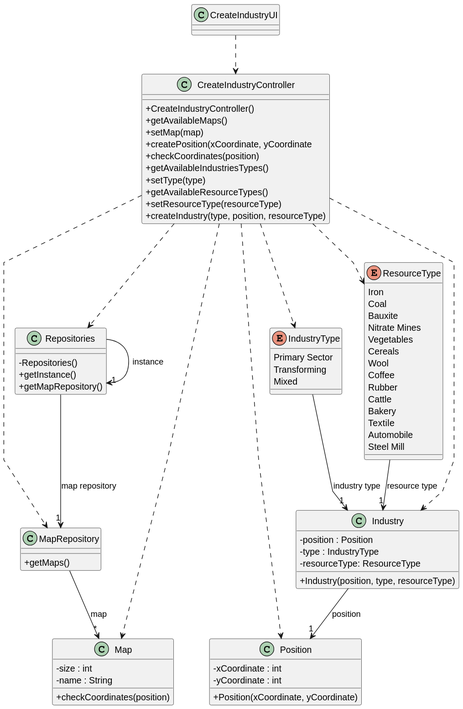
Earlier version of the PlantUML export docsFinais/US002/03.design/svg/US002-CD.svg (1240935/pi2-railway-simulator).
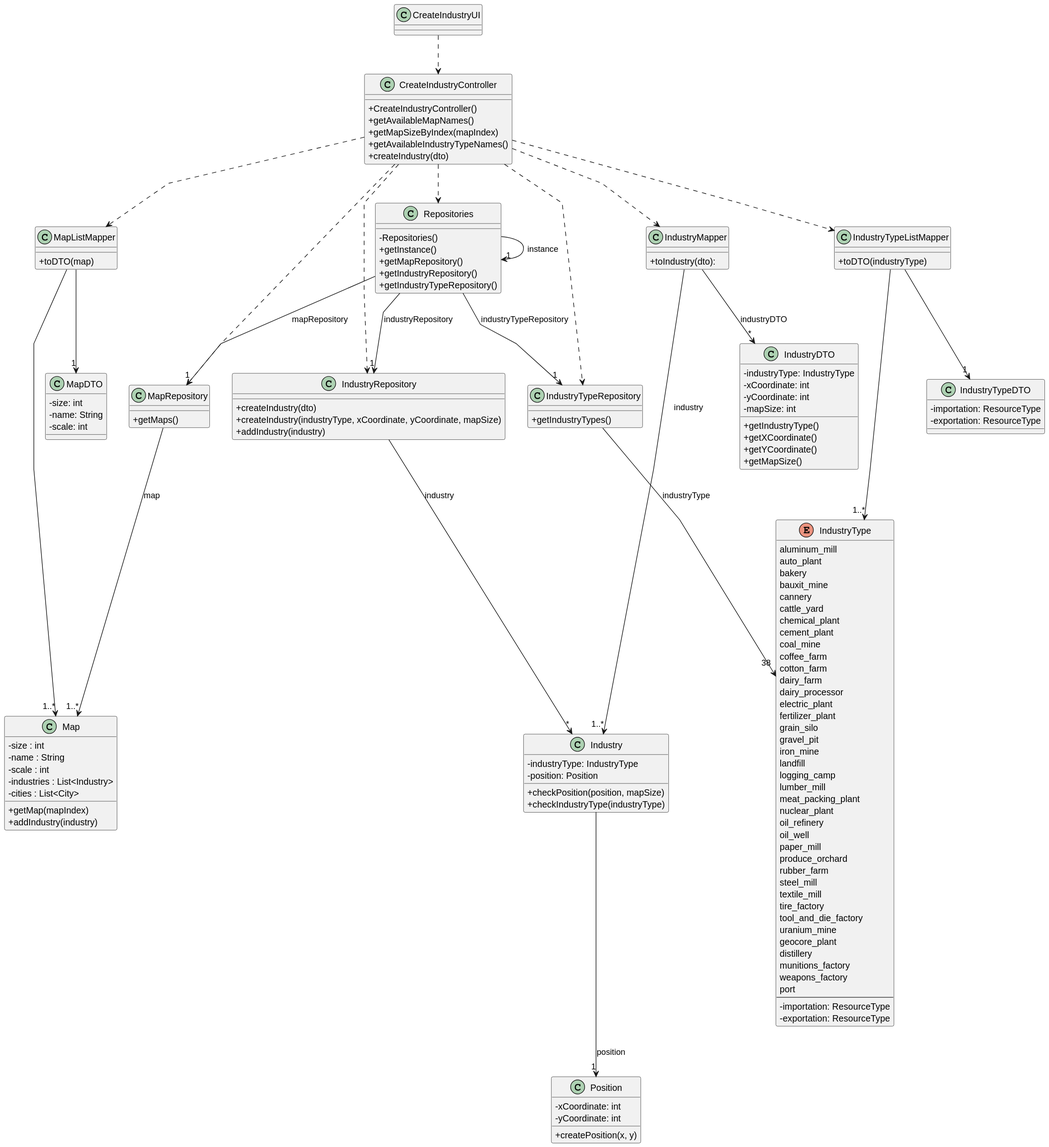
The same diagram one commit later.

What changed in the source:
```diff
@@ -6,87 +6,168 @@
 skinparam classAttributeIconSize 0
 
 
-  class CreateIndustryUI{
+class CreateIndustryUI {
+}
+
+class CreateIndustryController {
+  +CreateIndustryController()
+  +getAvailableMapNames()
+  +getMapSizeByIndex(mapIndex)
+  +getAvailableIndustryTypeNames()
+  +createIndustry(dto)
+}
+
+class Repositories {
+  -Repositories()
+  +getInstance()
+  +getMapRepository()
+  +getIndustryRepository()
+  +getIndustryTypeRepository()
+}
+
+class MapRepository {
+  +getMaps()
+}
+
+class IndustryRepository {
+  +createIndustry(dto)
+  +createIndustry(industryType, xCoordinate, yCoordinate, mapSize)
+  +addIndustry(industry)
+}
+
+class IndustryTypeRepository {
+  +getIndustryTypes()
+}
+
+class MapListMapper {
+   +toDTO(map)
+}
+
+class IndustryTypeListMapper {
+  +toDTO(industryType)
+}
+
+class IndustryMapper {
+  +toIndustry(dto):
+}
+
+class MapDTO {
+  -size: int
+  -name: String
+  -scale: int
+}
+
+class IndustryTypeDTO {
+  -importation: ResourceType
+  -exportation: ResourceType
+}
+
+class IndustryDTO {
+  -industryType: IndustryType
+  -xCoordinate: int
+  -yCoordinate: int
+  -mapSize: int
+  +getIndustryType()
+  +getXCoordinate()
+  +getYCoordinate()
+  +getMapSize()
+}
+
+class Map {
+  - size : int
+  - name : String
+  - scale : int
+  - industries : List<Industry>
+  - cities : List<City>
+  +getMap(mapIndex)
+  +addIndustry(industry)
+}
+
+class Industry {
+  -industryType: IndustryType
+  -position: Position
+  +checkPosition(position, mapSize)
+  +checkIndustryType(industryType)
+}
+
+ enum IndustryType{
+    aluminum_mill
+    auto_plant
+    bakery
+    bauxit_mine
+    cannery
+    cattle_yard
+    chemical_plant
+    cement_plant
+    coal_mine
+    coffee_farm
+    cotton_farm
+    dairy_farm
+    dairy_processor
+    electric_plant
+    fertilizer_plant
+    grain_silo
+    gravel_pit
+    iron_mine
+    landfill
+    logging_camp
+    lumber_mill
+    meat_packing_plant
+    nuclear_plant
+    oil_refinery
+    oil_well
+    paper_mill
+    produce_orchard
+    rubber_farm
+    steel_mill
+    textile_mill
+    tire_factory
+    tool_and_die_factory
+    uranium_mine
+    geocore_plant
+    distillery
+    munitions_factory
+    weapons_factory
+    port
+    --
+    -importation: ResourceType
+    -exportation: ResourceType
   }
 
-  class CreateIndustryController {
-    +CreateIndustryController()
-    +getAvailableMaps()
-    +setMap(map)
-    +createPosition(xCoordinate, yCoordinate
-    +checkCoordinates(position)
-    +getAvailableIndustriesTypes()
-    +setType(type)
-    +getAvailableResourceTypes()
-    +setResourceType(resourceType)
-    +createIndustry(type, position, resourceType)
-  }
-
-
-  class Repositories {
-      - Repositories()
-      + getInstance()
-      + getMapRepository()
-  }
-  class MapRepository {
-    +getMaps()
-  }
-
-  class Industry {
-    -position : Position
-    -type : IndustryType
-    -resourceType: ResourceType
-    +Industry(position, type, resourceType)
-  }
-
-  class Map {
-    - size : int
-    - name : String
-    +checkCoordinates(position)
-  }
-
-  class Position {
-    -xCoordinate : int
-    -yCoordinate : int
-    +Position(xCoordinate, yCoordinate)
-  }
-
-  enum IndustryType{
-    Primary Sector
-    Transforming
-    Mixed
-  }
-
-  enum ResourceType{
-    Iron
-    Coal
-    Bauxite
-    Nitrate Mines
-    Vegetables
-    Cereals
-    Wool
-    Coffee
-    Rubber
-    Cattle
-    Bakery
-    Textile
-    Automobile
-    Steel Mill
-  }
-
+class Position {
+  -xCoordinate: int
+  -yCoordinate: int
+  +createPosition(x, y)
+}
 
 CreateIndustryUI ..> CreateIndustryController
-CreateIndustryController ..>  Repositories
-CreateIndustryController ..>  MapRepository
-CreateIndustryController ..>  Map
-CreateIndustryController ..> Position
-CreateIndustryController ..> IndustryType
-CreateIndustryController ..> ResourceType
-CreateIndustryController ..> Industry
-Repositories --> "1" MapRepository : map repository
+
+CreateIndustryController ..> Repositories
+CreateIndustryController ..> MapListMapper
+CreateIndustryController ..> IndustryTypeRepository
+CreateIndustryController ..> MapRepository
+CreateIndustryController ..> IndustryRepository
+CreateIndustryController ..> IndustryTypeListMapper
+CreateIndustryController ..> IndustryMapper
+
 Repositories -> "1" Repositories : instance
-MapRepository --> "*" Map : map
-Industry --> "1" Position : position
-IndustryType --> "1" Industry : industry type
-ResourceType --> "1" Industry : resource type
+Repositories --> "1" MapRepository: mapRepository
+Repositories --> "1" IndustryRepository: industryRepository
+Repositories --> "1" IndustryTypeRepository: industryTypeRepository
+
+MapListMapper --> "1" MapDTO
+MapListMapper --> "1..*" Map
+
+IndustryTypeListMapper --> "1" IndustryTypeDTO
+IndustryTypeListMapper --> "1..*" IndustryType
+
+IndustryMapper --> "1..*" Industry: industry
+IndustryMapper --> "*" IndustryDTO: industryDTO
+
+Industry --> "1" Position: position
+
+IndustryTypeRepository --> "38" IndustryType: industryType
+MapRepository --> "1..*" Map: map
+
+IndustryRepository --> "*" Industry: industry
 @enduml
```
